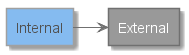
skleanthous/C4-PlantumlSkin keeps this PlantUML diagram as docs/diagrams/components.png. Above is the earlier version.
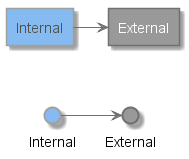
The same diagram one commit later.

What changed in the source:
```diff
@@ -41,42 +41,103 @@
   BackgroundColor #686868
 }
 
-skinparam rectangle<<External Component>> {
-  FontColor #FFFFFF
-  BorderColor #707070
-  BackgroundColor #999999
-}
+    skinparam rectangle<<Internal Component>> {
+      FontColor #505050
+      BorderColor #A0A0A0
+      BackgroundColor #85BBF0
+    }
 
-skinparam rectangle<<Internal Component>> {
-  FontColor #505050
-  BorderColor #A0A0A0
-  BackgroundColor #85BBF0
-}
+    skinparam rectangle<<Component>> {
+      FontColor #505050
+      BorderColor #A0A0A0
+      BackgroundColor #85BBF0
+    }
+
+    skinparam rectangle<<External Component>> {
+      FontColor #FFFFFF
+      BorderColor #707070
+      BackgroundColor #999999
+    }
+
+    skinparam interface<<Internal Component>> {
+      BorderColor #A0A0A0
+      BackgroundColor #85BBF0
+    }
+
+    skinparam interface<<Component>> {
+      BorderColor #A0A0A0
+      BackgroundColor #85BBF0
+    }
+
+    skinparam interface<<External Component>> {
+      BorderColor #707070
+      BackgroundColor #999999
+    }
 
 
-skinparam component<<External Container>> {
-  FontColor #FFFFFF
-  BorderColor #C0C0C0
-  BackgroundColor #888888
-}
 
-skinparam component<<Internal Container>> {
-  FontColor #FFFFFF
-  BorderColor CONTAINER_BORDER_COLOR
-  BackgroundColor #438DD5
-}
+    skinparam component<<Internal Container>> {
+      FontColor #FFFFFF
+      BorderColor CONTAINER_BORDER_COLOR
+      BackgroundColor #438DD5
+    }
 
-skinparam rectangle<<External Container>> {
-  FontColor #FFFFFF
-  BorderColor #C0C0C0
-  BackgroundColor #888888
-}
+    skinparam component<<Internal>> {
+      FontColor #FFFFFF
+      BorderColor CONTAINER_BORDER_COLOR
+      BackgroundColor #438DD5
+    }
 
-skinparam rectangle<<Internal Container>> {
-  FontColor #FFFFFF
-  BorderColor CONTAINER_BORDER_COLOR
-  BackgroundColor #438DD5
-}
+    skinparam component<<Container>> {
+      FontColor #FFFFFF
+      BorderColor CONTAINER_BORDER_COLOR
+      BackgroundColor #438DD5
+    }
+
+    skinparam component<<External Container>> {
+      FontColor #FFFFFF
+      BorderColor #C0C0C0
+      BackgroundColor #888888
+    }
+
+    skinparam component<<External>> {
+      FontColor #FFFFFF
+      BorderColor #C0C0C0
+      BackgroundColor #888888
+    }
+
+    skinparam rectangle<<Internal Container>> {
+      FontColor #FFFFFF
+      BorderColor CONTAINER_BORDER_COLOR
+      BackgroundColor #438DD5
+    }
+
+    skinparam rectangle<<Container>> {
+      FontColor #FFFFFF
+      BorderColor CONTAINER_BORDER_COLOR
+      BackgroundColor #438DD5
+    }
+
+    skinparam rectangle<<External Container>> {
+      FontColor #FFFFFF
+      BorderColor #C0C0C0
+      BackgroundColor #888888
+    }
+
+    skinparam interface<<Internal Container>> {
+      BorderColor CONTAINER_BORDER_COLOR
+      BackgroundColor #438DD5
+    }
+
+    skinparam interface<<Container>> {
+      BorderColor CONTAINER_BORDER_COLOR
+      BackgroundColor #438DD5
+    }
+
+    skinparam interface<<External Container>> {
+      BorderColor #C0C0C0
+      BackgroundColor #888888
+    }
 
 skinparam database<<Internal>> {
   BackgroundColor #438DD5
@@ -92,7 +153,7 @@
 
 skinparam database<<External>> {
   BackgroundColor #888888
-  BorderColor #707070
+  BorderColor #C0C0C0
   FontColor #FFFFFF
 }
 
@@ -113,6 +174,7 @@
   FontColor #707070
   BorderColor #707070
   BackgroundColor #F5F5F5
+  BorderStyle dashed
 }
 
 skinparam component<<Expanded>> {
@@ -134,45 +196,90 @@
   FontColor FONT_COLOR
 }
 
-skinparam rectangle<<External System>> {
-  FontColor #FFFFFF
-  BorderColor #C0C0C0
-  BackgroundColor #777777
+skinparam queue<<Internal Queue>> {
+  BackgroundColor #1168BD
+  BorderColor #A0A0A0
+  FontColor FONT_COLOR
 }
 
-skinparam rectangle<<Internal System>> {
-  FontColor #FFFFFF
-  BorderColor #A0A0A0
-  BackgroundColor #1168BD
+skinparam queue<<External Queue>> {
+  BackgroundColor #777777
+  BorderColor #707070
+  FontColor FONT_COLOR
 }
 
-skinparam rectangle<<System>> {
-  FontColor #FFFFFF
-  BorderColor #A0A0A0
-  BackgroundColor #1168BD
-}
 
-skinparam frame<<External System>> {
-  FontColor #FFFFFF
-  BorderColor #C0C0C0
-  BackgroundColor #777777
-}
+    skinparam frame<<Internal System>> {
+      FontColor #FFFFFF
+      BorderColor #A0A0A0
+      BackgroundColor #1168BD
+    }
 
-skinparam frame<<Internal System>> {
-  FontColor #FFFFFF
-  BorderColor #A0A0A0
-  BackgroundColor #1168BD
-}
+    skinparam frame<<System>> {
+      FontColor #FFFFFF
+      BorderColor #A0A0A0
+      BackgroundColor #1168BD
+    }
 
-skinparam frame<<System>> {
-  FontColor #FFFFFF
-  BorderColor #A0A0A0
-  BackgroundColor #1168BD
-}
+    skinparam frame<<Internal>> {
+      FontColor #FFFFFF
+      BorderColor #A0A0A0
+      BackgroundColor #1168BD
+    }
+
+    skinparam frame<<External System>> {
+      FontColor #FFFFFF
+      BorderColor #C0C0C0
+      BackgroundColor #777777
+    }
+
+    skinparam frame<<External>> {
+      FontColor #FFFFFF
+      BorderColor #C0C0C0
+      BackgroundColor #777777
+    }
+
+    skinparam rectangle<<Internal System>> {
+      FontColor #FFFFFF
+      BorderColor #A0A0A0
+      BackgroundColor #1168BD
+    }
+
+    skinparam rectangle<<System>> {
+      FontColor #FFFFFF
+      BorderColor #A0A0A0
+      BackgroundColor #1168BD
+    }
+
+    skinparam rectangle<<External System>> {
+      FontColor #FFFFFF
+      BorderColor #C0C0C0
+      BackgroundColor #777777
+    }
+
+    skinparam interface<<Internal System>> {
+      BorderColor #A0A0A0
+      BackgroundColor #1168BD
+    }
+
+    skinparam interface<<System>> {
+      BorderColor #A0A0A0
+      BackgroundColor #1168BD
+    }
+
+    skinparam interface<<External System>> {
+      BorderColor #C0C0C0
+      BackgroundColor #777777
+    }
 
 rectangle Internal <<Internal Component>>
 rectangle External <<External Component>>
+interface Internal <<Internal Component>> as InternalInterface
+interface External <<External Component>> as ExternalInterface
 
 Internal -right-> External
+InternalInterface -right-> ExternalInterface
 
+Internal -[hidden]down-> InternalInterface
+External -[hidden]down-> ExternalInterface
 @enduml
```
